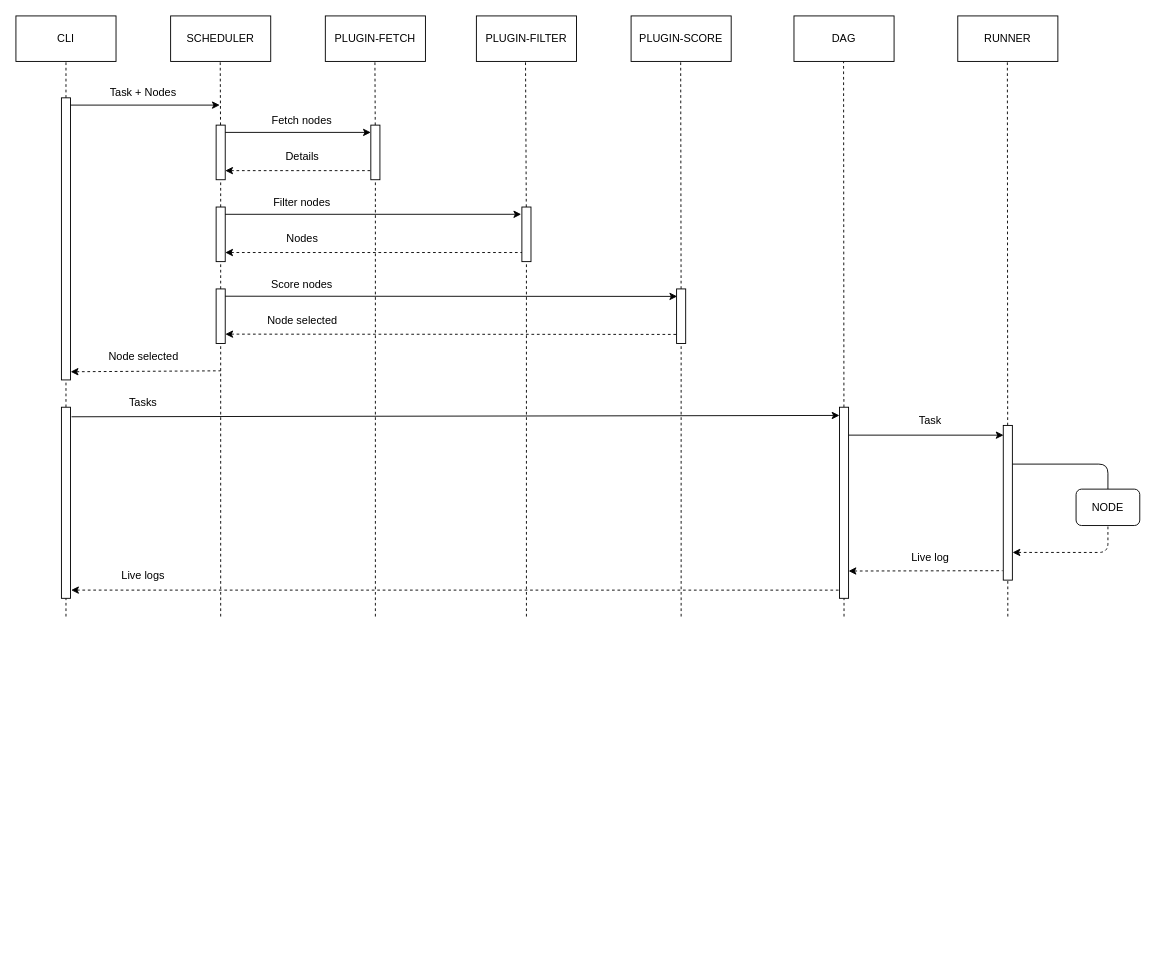
Before: flow.drawio in pipego/deploy, a draw.io diagram. Source tidied: cells renumbered, new cells numbered last; positions are measured from the earlier drawing's top-left corner, leaving out a move shared by most shapes. Both pictures are drawn from the tidied source at 91%, with x=0, y=0 at pixel (15, 15).
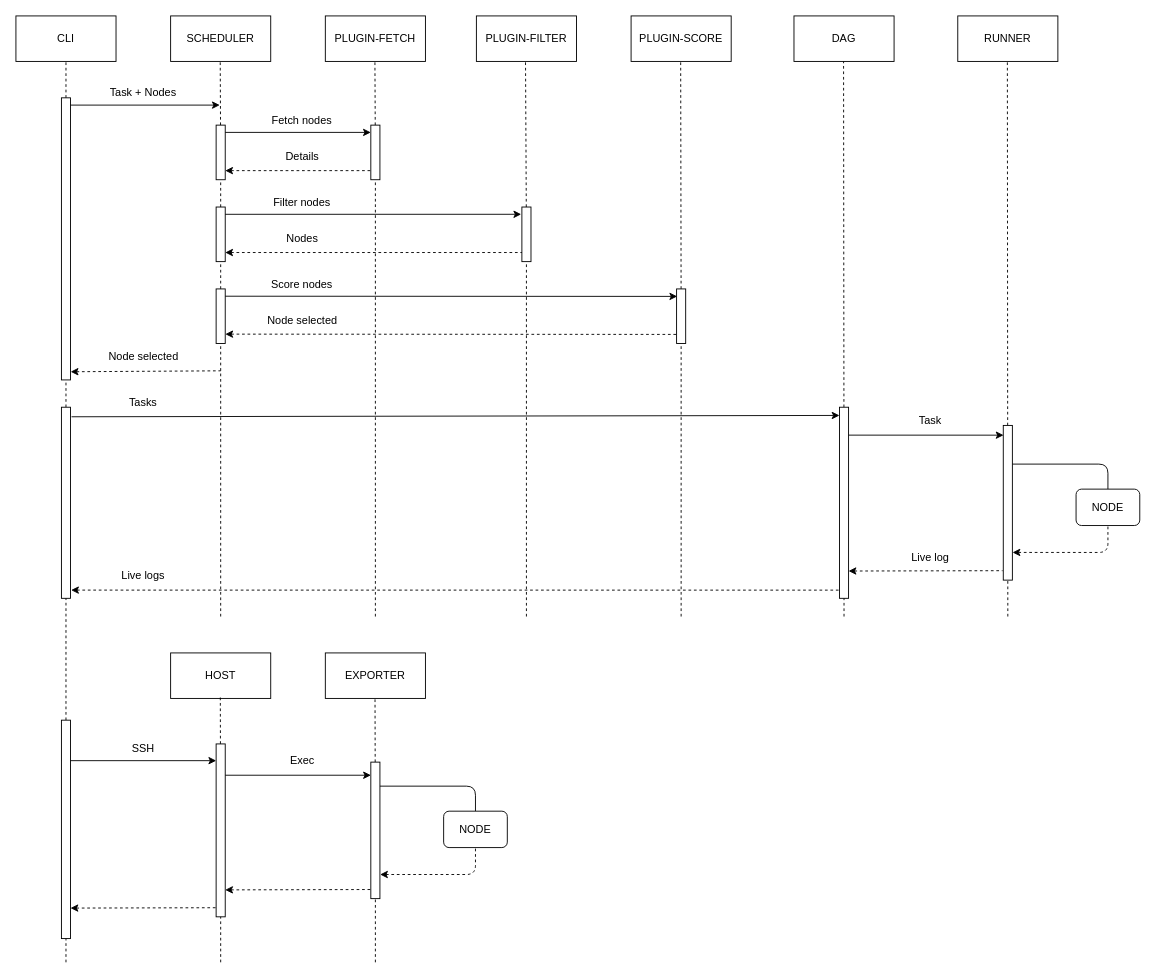
The same diagram, later.

Commit message (it also covers changes not shown here):
doc(flow): update flow for exporter

The change refers to these unchanged cells:
```xml
<mxCell id="54" style="rounded=0;whiteSpace=wrap;html=1;" parent="1" vertex="1">
  <mxGeometry x="50" y="430" width="10" height="210" as="geometry" />
</mxCell>
```

Change to the diagram source:
```diff
@@
-    <mxCell id="55" style="endArrow=none;dashed=1;html=1;entryX=0.5;entryY=1;entryDx=0;entryDy=0;" parent="1" edge="1" target="54">
-      <mxGeometry relative="1" as="geometry">
-        <mxPoint x="55" y="660" as="sourcePoint" />
-      </mxGeometry>
+    <mxCell id="55" style="endArrow=none;dashed=1;html=1;entryX=0.5;entryY=1;entryDx=0;entryDy=0;startArrow=none;" parent="1" edge="1" source="79" target="54">
+      <mxGeometry relative="1" as="geometry" />
     </mxCell>
@@
+    <mxCell id="62" value="HOST" style="rounded=0;whiteSpace=wrap;html=1;" parent="1" vertex="1">
+      <mxGeometry x="170" y="700" width="110" height="50" as="geometry" />
+    </mxCell>
+    <mxCell id="63" value="EXPORTER" style="rounded=0;whiteSpace=wrap;html=1;" parent="1" vertex="1">
+      <mxGeometry x="340" y="700" width="110" height="50" as="geometry" />
+    </mxCell>
+    <mxCell id="64" style="endArrow=none;dashed=1;html=1;entryX=0.5;entryY=1;entryDx=0;entryDy=0;startArrow=none;" parent="1" edge="1" source="66">
+      <mxGeometry relative="1" as="geometry">
+        <mxPoint x="224.6" y="748" as="targetPoint" />
+      </mxGeometry>
+    </mxCell>
+    <mxCell id="65" style="endArrow=none;dashed=1;html=1;entryX=0.5;entryY=1;entryDx=0;entryDy=0;startArrow=none;" parent="1" edge="1" source="68">
+      <mxGeometry relative="1" as="geometry">
+        <mxPoint x="394.6" y="748" as="targetPoint" />
+      </mxGeometry>
+    </mxCell>
+    <mxCell id="66" style="rounded=0;whiteSpace=wrap;html=1;" parent="1" vertex="1">
+      <mxGeometry x="220" y="800" width="10" height="190" as="geometry" />
+    </mxCell>
+    <mxCell id="67" style="endArrow=none;dashed=1;html=1;entryX=0.5;entryY=1;entryDx=0;entryDy=0;" parent="1" edge="1" target="66">
+      <mxGeometry relative="1" as="geometry">
+        <mxPoint x="225" y="1040" as="sourcePoint" />
+      </mxGeometry>
+    </mxCell>
+    <mxCell id="68" style="rounded=0;whiteSpace=wrap;html=1;" parent="1" vertex="1">
+      <mxGeometry x="390" y="820" width="10" height="150" as="geometry" />
+    </mxCell>
+    <mxCell id="69" style="endArrow=none;dashed=1;html=1;entryX=0.5;entryY=1;entryDx=0;entryDy=0;" parent="1" edge="1" target="68">
+      <mxGeometry relative="1" as="geometry">
+        <mxPoint x="395" y="1040" as="sourcePoint" />
+      </mxGeometry>
+    </mxCell>
+    <mxCell id="70" style="edgeStyle=segmentEdgeStyle;endArrow=none;html=1;exitX=1;exitY=0.25;exitDx=0;exitDy=0;endFill=0;entryX=0.5;entryY=0;entryDx=0;entryDy=0;" parent="1" edge="1" target="72">
+      <mxGeometry relative="1" as="geometry">
+        <mxPoint x="400" y="846.4" as="sourcePoint" />
+      </mxGeometry>
+    </mxCell>
+    <mxCell id="71" style="edgeStyle=segmentEdgeStyle;endArrow=none;html=1;endFill=0;startArrow=classic;startFill=1;exitX=1.019;exitY=0.821;exitDx=0;exitDy=0;exitPerimeter=0;dashed=1;entryX=0.5;entryY=1;entryDx=0;entryDy=0;" parent="1" edge="1" target="72">
+      <mxGeometry relative="1" as="geometry">
+        <mxPoint x="400.2" y="943.5" as="sourcePoint" />
+        <Array as="points">
+          <mxPoint x="505" y="943.9" />
+        </Array>
+      </mxGeometry>
+    </mxCell>
+    <mxCell id="72" value="NODE" style="rounded=1;whiteSpace=wrap;html=1;" parent="1" vertex="1">
+      <mxGeometry x="470" y="873.9" width="70" height="40" as="geometry" />
+    </mxCell>
+    <mxCell id="73" style="endArrow=classic;html=1;exitX=1.022;exitY=0.146;exitDx=0;exitDy=0;exitPerimeter=0;entryX=0.033;entryY=0.063;entryDx=0;entryDy=0;entryPerimeter=0;" parent="1" edge="1">
+      <mxGeometry relative="1" as="geometry">
+        <mxPoint x="50" y="818.4" as="sourcePoint" />
+        <mxPoint x="220.1" y="818.4" as="targetPoint" />
+      </mxGeometry>
+    </mxCell>
+    <mxCell id="74" value="SSH" style="text;html=1;strokeColor=none;fillColor=none;align=center;verticalAlign=middle;whiteSpace=wrap;rounded=0;" parent="1" vertex="1">
+      <mxGeometry x="100" y="790" width="80" height="30" as="geometry" />
+    </mxCell>
+    <mxCell id="75" style="endArrow=none;html=1;exitX=1;exitY=0.5;exitDx=0;exitDy=0;endFill=0;startArrow=classic;startFill=1;dashed=1;" parent="1" edge="1">
+      <mxGeometry relative="1" as="geometry">
+        <mxPoint x="60" y="980.4" as="sourcePoint" />
+        <mxPoint x="220" y="980" as="targetPoint" />
+      </mxGeometry>
+    </mxCell>
+    <mxCell id="76" style="endArrow=classic;html=1;entryX=0.033;entryY=0.063;entryDx=0;entryDy=0;entryPerimeter=0;" parent="1" edge="1">
+      <mxGeometry relative="1" as="geometry">
+        <mxPoint x="230" y="834.4" as="sourcePoint" />
+        <mxPoint x="390.1" y="834.4" as="targetPoint" />
+      </mxGeometry>
+    </mxCell>
+    <mxCell id="77" style="endArrow=none;html=1;exitX=1;exitY=0.5;exitDx=0;exitDy=0;endFill=0;startArrow=classic;startFill=1;dashed=1;" parent="1" edge="1">
+      <mxGeometry relative="1" as="geometry">
+        <mxPoint x="230" y="960.4" as="sourcePoint" />
+        <mxPoint x="390" y="960" as="targetPoint" />
+      </mxGeometry>
+    </mxCell>
+    <mxCell id="78" value="Exec" style="text;html=1;strokeColor=none;fillColor=none;align=center;verticalAlign=middle;whiteSpace=wrap;rounded=0;" parent="1" vertex="1">
+      <mxGeometry x="274.5" y="804" width="80" height="30" as="geometry" />
+    </mxCell>
+    <mxCell id="79" style="rounded=0;whiteSpace=wrap;html=1;" parent="1" vertex="1">
+      <mxGeometry x="50" y="773.9" width="10" height="240" as="geometry" />
+    </mxCell>
+    <mxCell id="80" style="endArrow=none;dashed=1;html=1;entryX=0.5;entryY=1;entryDx=0;entryDy=0;" parent="1" edge="1" target="79">
+      <mxGeometry relative="1" as="geometry">
+        <mxPoint x="55" y="1040" as="sourcePoint" />
+      </mxGeometry>
+    </mxCell>
```
